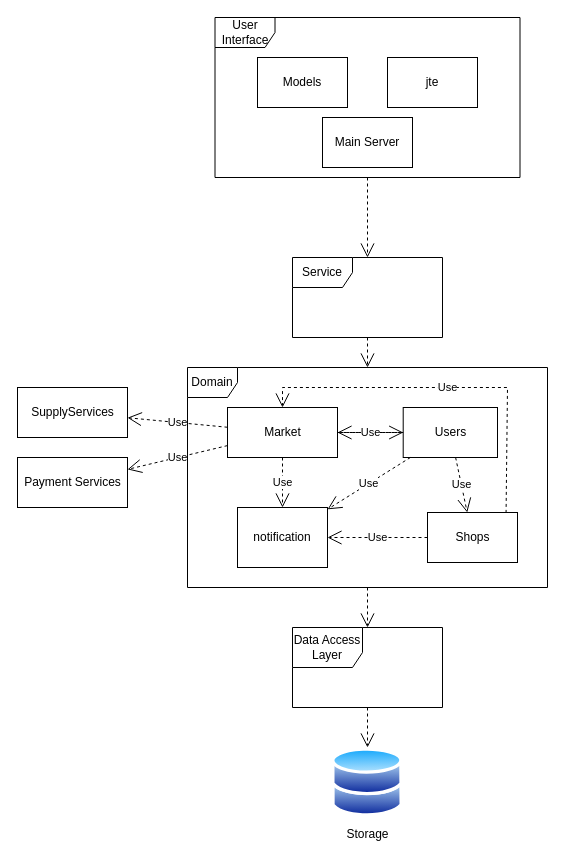
The draw.io diagram page "architectureModel" (2 of 5) of docs/workshop.drawio in ShayHav/Workshop, before the edit. Source tidied: cells renumbered, new cells numbered last; positions are measured from the earlier drawing's top-left corner, leaving out a move shared by most shapes. Both pictures are drawn from the tidied source at 100%, with x=0, y=0 at pixel (17, 17).
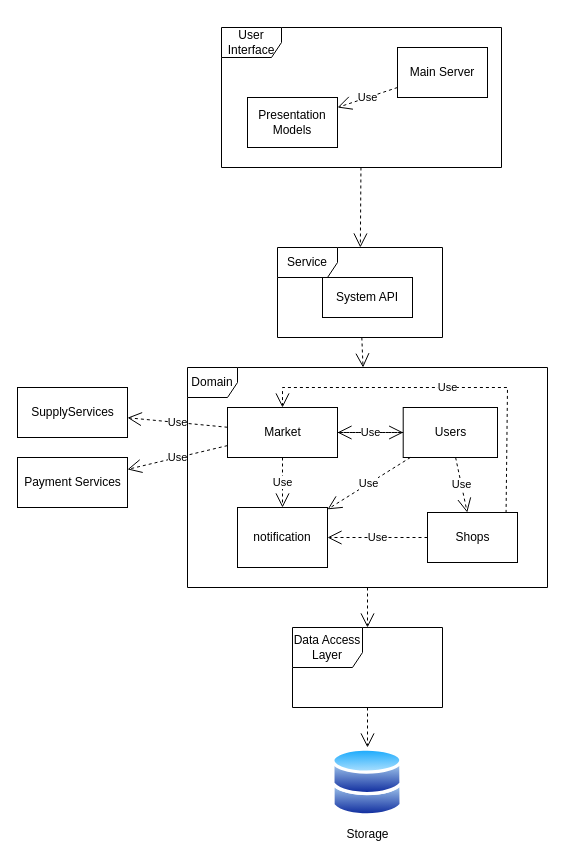
Above is the later version.

Diff of the diagram source:
```diff
@@
     <mxCell id="12" value="Service" style="shape=umlFrame;whiteSpace=wrap;html=1;strokeColor=default;fillColor=none;" parent="1" vertex="1">
-      <mxGeometry x="275" y="240" width="150" height="80" as="geometry" />
+      <mxGeometry x="260" y="230" width="165" height="90" as="geometry" />
     </mxCell>
     <mxCell id="13" value="User Interface" style="shape=umlFrame;whiteSpace=wrap;html=1;strokeColor=default;fillColor=none;" parent="1" vertex="1">
-      <mxGeometry x="197.5" width="305" height="160" as="geometry" />
+      <mxGeometry x="204" y="10" width="280" height="140" as="geometry" />
     </mxCell>
@@
-    <mxCell id="26" value="Models" style="rounded=0;whiteSpace=wrap;html=1;" parent="1" vertex="1">
-      <mxGeometry x="240" y="40" width="90" height="50" as="geometry" />
+    <mxCell id="26" value="Presentation&lt;br&gt;Models" style="rounded=0;whiteSpace=wrap;html=1;" parent="1" vertex="1">
+      <mxGeometry x="230" y="80" width="90" height="50" as="geometry" />
     </mxCell>
-    <mxCell id="27" value="jte" style="rounded=0;whiteSpace=wrap;html=1;" parent="1" vertex="1">
-      <mxGeometry x="370" y="40" width="90" height="50" as="geometry" />
-    </mxCell>
     <mxCell id="28" value="Main Server" style="rounded=0;whiteSpace=wrap;html=1;" parent="1" vertex="1">
-      <mxGeometry x="305" y="100" width="90" height="50" as="geometry" />
+      <mxGeometry x="380" y="30" width="90" height="50" as="geometry" />
     </mxCell>
+    <mxCell id="29" value="Use" style="endArrow=open;endSize=12;dashed=1;html=1;rounded=0;" parent="1" edge="1" source="28" target="26">
+      <mxGeometry relative="1" as="geometry" />
+    </mxCell>
+    <mxCell id="30" value="System API" style="rounded=0;whiteSpace=wrap;html=1;" parent="1" vertex="1">
+      <mxGeometry x="305" y="260" width="90" height="40" as="geometry" />
+    </mxCell>
```
